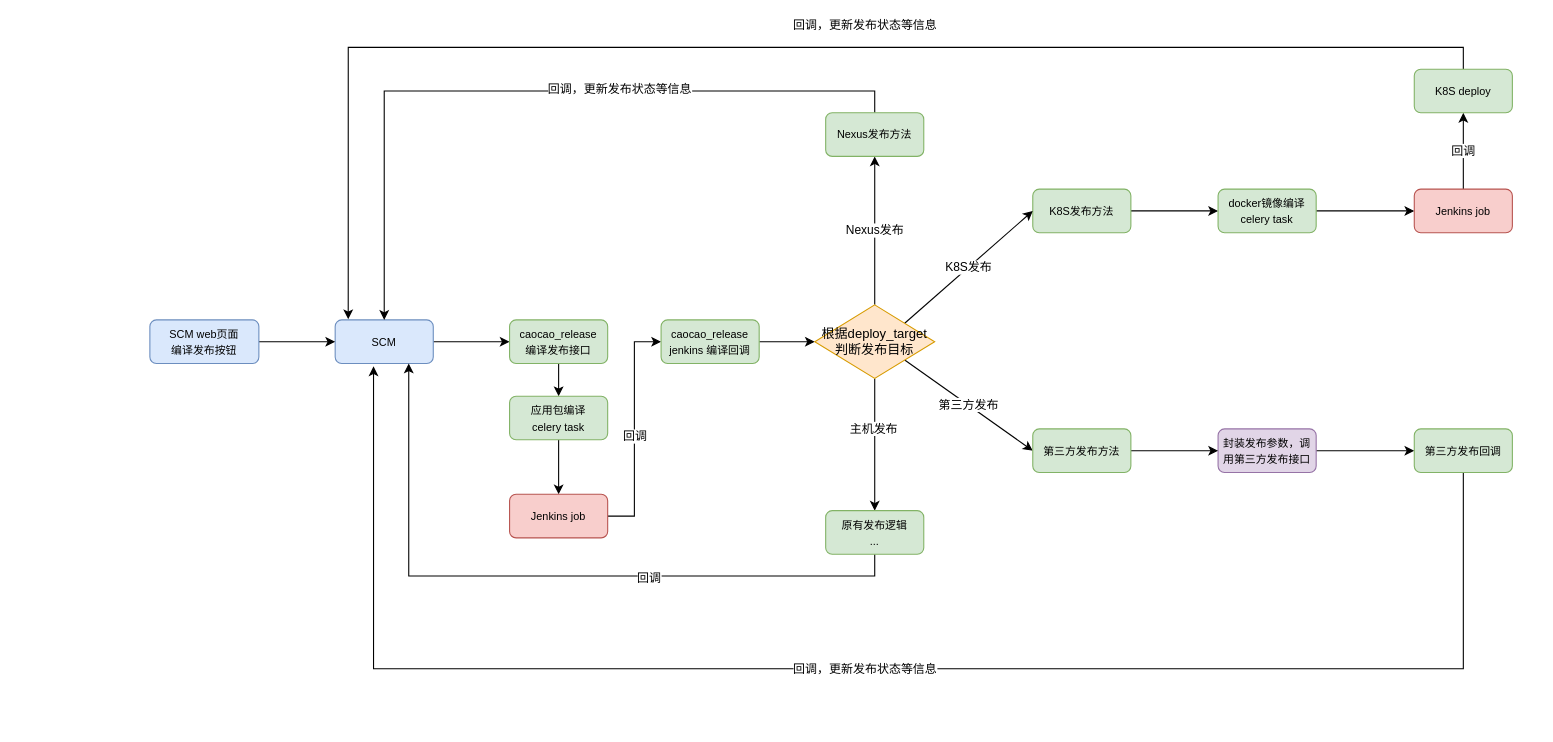
Before: 曹操/SCM多发布目标流程设计.drawio in Makecodeeasy/diagrams, a draw.io diagram. Source tidied: cells renumbered, new cells numbered last; positions are measured from the earlier drawing's top-left corner, leaving out a move shared by most shapes. Both pictures are drawn from the tidied source at 109%, with x=0, y=0 at pixel (149, 69).
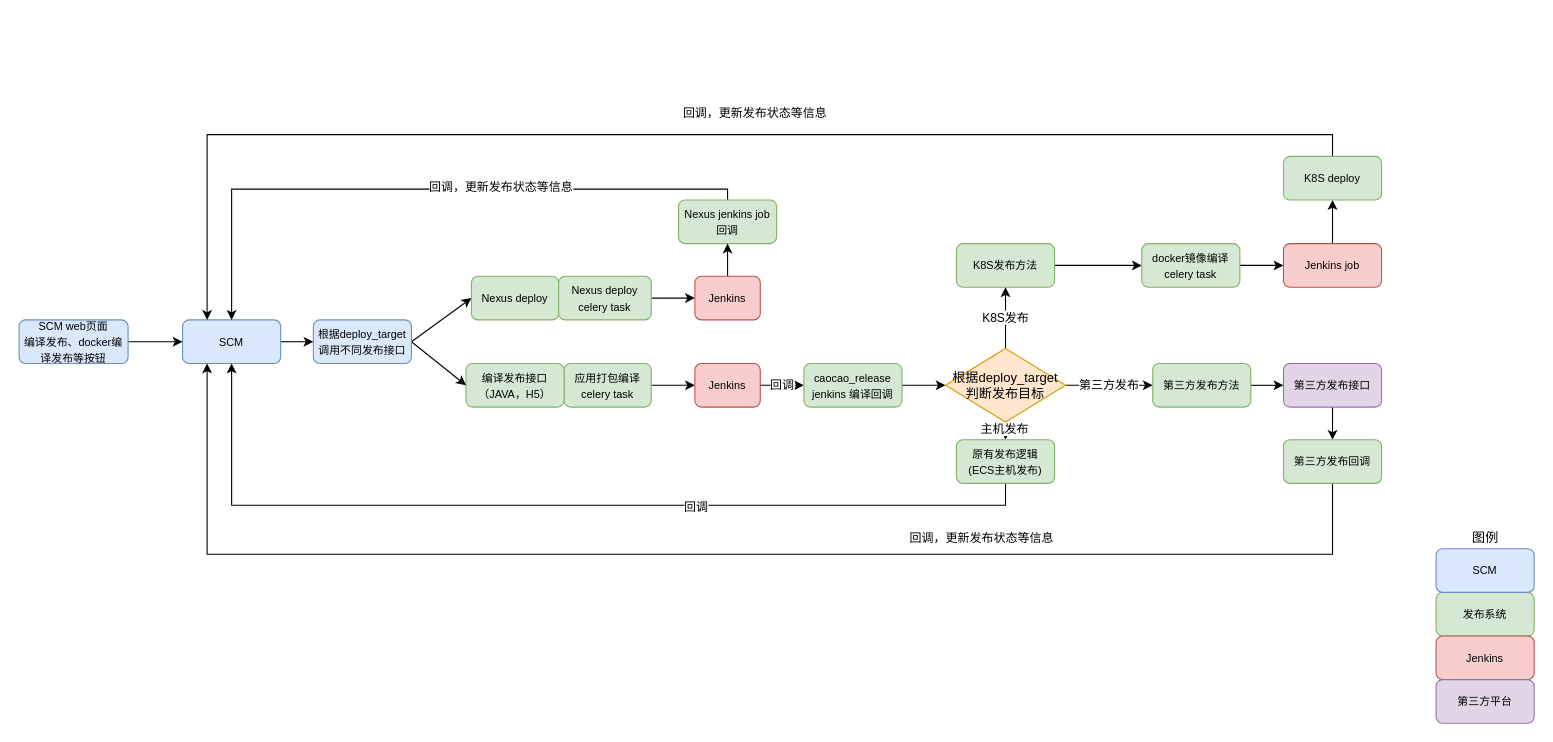
The same diagram, later.

Commit message:
Update SCM多发布目标流程设计.drawio

Diff of the diagram source:
```diff
@@
-    <mxCell id="2" style="edgeStyle=orthogonalEdgeStyle;rounded=0;jettySize=auto;html=1;exitX=1;exitY=0.5;exitDx=0;exitDy=0;entryX=0;entryY=0.5;entryDx=0;entryDy=0;" parent="1" edge="1" source="3">
-      <mxGeometry relative="1" as="geometry">
-        <mxPoint x="330" y="250" as="targetPoint" />
-      </mxGeometry>
-    </mxCell>
+    <mxCell id="41" style="edgeStyle=orthogonalEdgeStyle;rounded=0;jettySize=auto;html=1;exitX=1;exitY=0.5;exitDx=0;exitDy=0;entryX=0;entryY=0.5;entryDx=0;entryDy=0;" parent="1" edge="1" source="3" target="51">
+      <mxGeometry relative="1" as="geometry" />
+    </mxCell>
     <mxCell id="3" value="&lt;font style=&quot;font-size: 10px&quot;&gt;SCM&lt;br&gt;&lt;/font&gt;" style="rounded=1;whiteSpace=wrap;html=1;fillColor=#dae8fc;strokeColor=#6c8ebf;" parent="1" vertex="1">
-      <mxGeometry x="170" y="230" width="90" height="40" as="geometry" />
+      <mxGeometry x="30" y="230" width="90" height="40" as="geometry" />
     </mxCell>
-    <mxCell id="4" style="edgeStyle=orthogonalEdgeStyle;rounded=0;jettySize=auto;html=1;entryX=0.5;entryY=0;entryDx=0;entryDy=0;" parent="1" edge="1" target="8">
-      <mxGeometry relative="1" as="geometry">
-        <mxPoint x="375" y="270" as="sourcePoint" />
-      </mxGeometry>
-    </mxCell>
@@
     <mxCell id="6" value="&lt;span style=&quot;font-size: 10px&quot;&gt;K8S发布方法&lt;br&gt;&lt;/span&gt;" style="rounded=1;whiteSpace=wrap;html=1;fillColor=#d5e8d4;strokeColor=#82b366;" parent="1" vertex="1">
-      <mxGeometry x="810" y="110" width="90" height="40" as="geometry" />
+      <mxGeometry x="740" y="160" width="90" height="40" as="geometry" />
     </mxCell>
-    <mxCell id="7" style="edgeStyle=orthogonalEdgeStyle;rounded=0;jettySize=auto;html=1;exitX=0.5;exitY=1;exitDx=0;exitDy=0;entryX=0.5;entryY=0;entryDx=0;entryDy=0;" parent="1" edge="1" source="8" target="11">
+    <mxCell id="7" style="edgeStyle=none;rounded=0;jettySize=auto;html=1;exitX=1;exitY=0.5;exitDx=0;exitDy=0;entryX=0;entryY=0.5;entryDx=0;entryDy=0;" parent="1" edge="1" source="8" target="11">
       <mxGeometry relative="1" as="geometry" />
     </mxCell>
-    <mxCell id="8" value="&lt;span style=&quot;font-size: 10px&quot;&gt;应用包编译&lt;br&gt;celery task&lt;/span&gt;" style="rounded=1;whiteSpace=wrap;html=1;fillColor=#d5e8d4;strokeColor=#82b366;" parent="1" vertex="1">
-      <mxGeometry x="330" y="300" width="90" height="40" as="geometry" />
+    <mxCell id="8" value="&lt;span style=&quot;font-size: 10px&quot;&gt;应用打包编译&lt;br&gt;celery task&lt;/span&gt;" style="rounded=1;whiteSpace=wrap;html=1;fillColor=#d5e8d4;strokeColor=#82b366;" parent="1" vertex="1">
+      <mxGeometry x="380" y="270" width="80" height="40" as="geometry" />
     </mxCell>
-    <mxCell id="9" style="edgeStyle=orthogonalEdgeStyle;rounded=0;jettySize=auto;html=1;exitX=1;exitY=0.5;exitDx=0;exitDy=0;entryX=0;entryY=0.5;entryDx=0;entryDy=0;" parent="1" edge="1" source="11" target="14">
+    <mxCell id="9" value="回调" style="edgeStyle=none;rounded=0;jettySize=auto;html=1;exitX=1;exitY=0.5;exitDx=0;exitDy=0;entryX=0;entryY=0.5;entryDx=0;entryDy=0;" parent="1" edge="1" source="11" target="14">
       <mxGeometry relative="1" as="geometry" />
     </mxCell>
-    <mxCell id="10" value="回调" style="edgeLabel;html=1;align=center;verticalAlign=middle;" parent="9" vertex="1">
-      <mxGeometry x="-0.06" relative="1" as="geometry" />
-    </mxCell>
-    <mxCell id="11" value="&lt;span style=&quot;font-size: 10px&quot;&gt;Jenkins job&lt;br&gt;&lt;/span&gt;" style="rounded=1;whiteSpace=wrap;html=1;fillColor=#f8cecc;strokeColor=#b85450;" parent="1" vertex="1">
-      <mxGeometry x="330" y="390" width="90" height="40" as="geometry" />
+    <mxCell id="11" value="&lt;span style=&quot;font-size: 10px&quot;&gt;Jenkins&lt;br&gt;&lt;/span&gt;" style="rounded=1;whiteSpace=wrap;html=1;fillColor=#f8cecc;strokeColor=#b85450;" parent="1" vertex="1">
+      <mxGeometry x="500" y="270" width="60" height="40" as="geometry" />
     </mxCell>
-    <mxCell id="12" value="&lt;font style=&quot;font-size: 10px&quot;&gt;caocao_release&lt;br&gt;编译发布接口&lt;br&gt;&lt;/font&gt;" style="rounded=1;whiteSpace=wrap;html=1;fillColor=#d5e8d4;strokeColor=#82b366;" parent="1" vertex="1">
-      <mxGeometry x="330" y="230" width="90" height="40" as="geometry" />
+    <mxCell id="12" value="&lt;font style=&quot;font-size: 10px&quot;&gt;编译发布接口（JAVA，H5）&lt;br&gt;&lt;/font&gt;" style="rounded=1;whiteSpace=wrap;html=1;fillColor=#d5e8d4;strokeColor=#82b366;" parent="1" vertex="1">
+      <mxGeometry x="290" y="270" width="90" height="40" as="geometry" />
     </mxCell>
@@
     <mxCell id="14" value="&lt;font style=&quot;font-size: 10px&quot;&gt;caocao_release&lt;br&gt;jenkins 编译回调&lt;br&gt;&lt;/font&gt;" style="rounded=1;whiteSpace=wrap;html=1;fillColor=#d5e8d4;strokeColor=#82b366;" parent="1" vertex="1">
-      <mxGeometry x="469" y="230" width="90" height="40" as="geometry" />
+      <mxGeometry x="600" y="270" width="90" height="40" as="geometry" />
     </mxCell>
@@
-    <mxCell id="17" value="Nexus发布" style="edgeStyle=none;rounded=0;jettySize=auto;html=1;exitX=0.5;exitY=0;exitDx=0;exitDy=0;entryX=0.5;entryY=1;entryDx=0;entryDy=0;" parent="1" edge="1" source="20" target="32">
-      <mxGeometry relative="1" as="geometry" />
-    </mxCell>
-    <mxCell id="18" value="K8S发布" style="edgeStyle=none;rounded=0;jettySize=auto;html=1;exitX=1;exitY=0;exitDx=0;exitDy=0;entryX=0;entryY=0.5;entryDx=0;entryDy=0;" parent="1" edge="1" source="20" target="6">
+    <mxCell id="18" value="K8S发布" style="edgeStyle=none;rounded=0;jettySize=auto;html=1;exitX=0.5;exitY=0;exitDx=0;exitDy=0;entryX=0.5;entryY=1;entryDx=0;entryDy=0;" parent="1" edge="1" source="20" target="6">
       <mxGeometry relative="1" as="geometry" />
     </mxCell>
-    <mxCell id="19" value="第三方发布" style="edgeStyle=none;rounded=0;jettySize=auto;html=1;exitX=1;exitY=1;exitDx=0;exitDy=0;entryX=0;entryY=0.5;entryDx=0;entryDy=0;" parent="1" edge="1" source="20" target="29">
+    <mxCell id="19" value="第三方发布" style="edgeStyle=none;rounded=0;jettySize=auto;html=1;exitX=1;exitY=0.5;exitDx=0;exitDy=0;entryX=0;entryY=0.5;entryDx=0;entryDy=0;" parent="1" edge="1" source="20" target="29">
       <mxGeometry relative="1" as="geometry" />
     </mxCell>
+    <mxCell id="42" style="edgeStyle=none;rounded=0;jettySize=auto;html=1;exitX=1;exitY=1;exitDx=0;exitDy=0;" parent="1" edge="1" source="20">
+      <mxGeometry relative="1" as="geometry">
+        <mxPoint x="812.5" y="290" as="targetPoint" />
+      </mxGeometry>
+    </mxCell>
     <mxCell id="20" value="根据deploy_target&lt;br&gt;判断发布目标" style="rhombus;whiteSpace=wrap;html=1;fillColor=#ffe6cc;strokeColor=#d79b00;" parent="1" vertex="1">
-      <mxGeometry x="610" y="216.2" width="110" height="67.5" as="geometry" />
+      <mxGeometry x="730" y="256.2" width="110" height="67.5" as="geometry" />
     </mxCell>
-    <mxCell id="21" style="edgeStyle=orthogonalEdgeStyle;rounded=0;jettySize=auto;html=1;exitX=0.5;exitY=1;exitDx=0;exitDy=0;entryX=0.75;entryY=1;entryDx=0;entryDy=0;" parent="1" edge="1" source="23" target="3">
+    <mxCell id="21" style="edgeStyle=orthogonalEdgeStyle;rounded=0;jettySize=auto;html=1;exitX=0.5;exitY=1;exitDx=0;exitDy=0;entryX=0.5;entryY=1;entryDx=0;entryDy=0;" parent="1" edge="1" source="23" target="3">
       <mxGeometry relative="1" as="geometry" />
     </mxCell>
@@
-    <mxCell id="23" value="&lt;font style=&quot;font-size: 10px&quot;&gt;原有发布逻辑&lt;br&gt;...&lt;br&gt;&lt;/font&gt;" style="rounded=1;whiteSpace=wrap;html=1;fillColor=#d5e8d4;strokeColor=#82b366;" parent="1" vertex="1">
-      <mxGeometry x="620" y="405" width="90" height="40" as="geometry" />
+    <mxCell id="23" value="&lt;font style=&quot;font-size: 10px&quot;&gt;原有发布逻辑&lt;br&gt;(ECS主机发布)&lt;br&gt;&lt;/font&gt;" style="rounded=1;whiteSpace=wrap;html=1;fillColor=#d5e8d4;strokeColor=#82b366;" parent="1" vertex="1">
+      <mxGeometry x="740" y="340" width="90" height="40" as="geometry" />
     </mxCell>
-    <mxCell id="24" style="edgeStyle=none;rounded=0;jettySize=auto;html=1;exitX=1;exitY=0.5;exitDx=0;exitDy=0;entryX=0;entryY=0.5;entryDx=0;entryDy=0;" parent="1" edge="1" source="25" target="40">
+    <mxCell id="24" style="edgeStyle=none;rounded=0;jettySize=auto;html=1;exitX=0.5;exitY=1;exitDx=0;exitDy=0;entryX=0.5;entryY=0;entryDx=0;entryDy=0;" parent="1" edge="1" source="25" target="40">
       <mxGeometry relative="1" as="geometry" />
     </mxCell>
-    <mxCell id="25" value="&lt;span style=&quot;font-size: 10px&quot;&gt;封装发布参数，调用第三方发布接口&lt;/span&gt;" style="rounded=1;whiteSpace=wrap;html=1;fillColor=#e1d5e7;strokeColor=#9673a6;" parent="1" vertex="1">
-      <mxGeometry x="980" y="330" width="90" height="40" as="geometry" />
+    <mxCell id="25" value="&lt;span style=&quot;font-size: 10px&quot;&gt;第三方发布接口&lt;/span&gt;" style="rounded=1;whiteSpace=wrap;html=1;fillColor=#e1d5e7;strokeColor=#9673a6;" parent="1" vertex="1">
+      <mxGeometry x="1040" y="270" width="90" height="40" as="geometry" />
     </mxCell>
@@
-    <mxCell id="27" value="&lt;font style=&quot;font-size: 10px&quot;&gt;SCM web页面&lt;br&gt;编译发布按钮&lt;br&gt;&lt;/font&gt;" style="rounded=1;whiteSpace=wrap;html=1;fillColor=#dae8fc;strokeColor=#6c8ebf;" parent="1" vertex="1">
-      <mxGeometry y="230" width="100" height="40" as="geometry" />
+    <mxCell id="27" value="&lt;font style=&quot;font-size: 10px&quot;&gt;SCM web页面&lt;br&gt;编译发布、docker编译发布等按钮&lt;br&gt;&lt;/font&gt;" style="rounded=1;whiteSpace=wrap;html=1;fillColor=#dae8fc;strokeColor=#6c8ebf;" parent="1" vertex="1">
+      <mxGeometry x="-120" y="230" width="100" height="40" as="geometry" />
     </mxCell>
-    <mxCell id="28" style="edgeStyle=none;rounded=0;jettySize=auto;html=1;exitX=1;exitY=0.5;exitDx=0;exitDy=0;" parent="1" edge="1" source="29">
-      <mxGeometry relative="1" as="geometry">
-        <mxPoint x="980" y="350" as="targetPoint" />
-      </mxGeometry>
-    </mxCell>
+    <mxCell id="43" style="edgeStyle=none;rounded=0;jettySize=auto;html=1;exitX=1;exitY=0.5;exitDx=0;exitDy=0;entryX=0;entryY=0.5;entryDx=0;entryDy=0;" parent="1" edge="1" source="29" target="25">
+      <mxGeometry relative="1" as="geometry" />
+    </mxCell>
     <mxCell id="29" value="&lt;span style=&quot;font-size: 10px&quot;&gt;第三方发布方法&lt;br&gt;&lt;/span&gt;" style="rounded=1;whiteSpace=wrap;html=1;fillColor=#d5e8d4;strokeColor=#82b366;" parent="1" vertex="1">
-      <mxGeometry x="810" y="330" width="90" height="40" as="geometry" />
+      <mxGeometry x="920" y="270" width="90" height="40" as="geometry" />
     </mxCell>
     <mxCell id="30" style="edgeStyle=orthogonalEdgeStyle;rounded=0;jettySize=auto;html=1;exitX=0.5;exitY=0;exitDx=0;exitDy=0;entryX=0.5;entryY=0;entryDx=0;entryDy=0;" parent="1" edge="1" source="32" target="3">
-      <mxGeometry relative="1" as="geometry" />
+      <mxGeometry relative="1" as="geometry">
+        <Array as="points">
+          <mxPoint x="530" y="110" />
+          <mxPoint x="75" y="110" />
+        </Array>
+      </mxGeometry>
     </mxCell>
@@
-    <mxCell id="32" value="&lt;span style=&quot;font-size: 10px&quot;&gt;Nexus发布方法&lt;br&gt;&lt;/span&gt;" style="rounded=1;whiteSpace=wrap;html=1;fillColor=#d5e8d4;strokeColor=#82b366;" parent="1" vertex="1">
-      <mxGeometry x="620" y="40" width="90" height="40" as="geometry" />
+    <mxCell id="32" value="&lt;span style=&quot;font-size: 10px&quot;&gt;Nexus jenkins job回调&lt;br&gt;&lt;/span&gt;" style="rounded=1;whiteSpace=wrap;html=1;fillColor=#d5e8d4;strokeColor=#82b366;" parent="1" vertex="1">
+      <mxGeometry x="485" y="120" width="90" height="40" as="geometry" />
     </mxCell>
@@
     <mxCell id="34" value="&lt;span style=&quot;font-size: 10px&quot;&gt;docker镜像编译&lt;br&gt;celery task&lt;br&gt;&lt;/span&gt;" style="rounded=1;whiteSpace=wrap;html=1;fillColor=#d5e8d4;strokeColor=#82b366;" parent="1" vertex="1">
-      <mxGeometry x="980" y="110" width="90" height="40" as="geometry" />
+      <mxGeometry x="910" y="160" width="90" height="40" as="geometry" />
     </mxCell>
-    <mxCell id="35" value="回调" style="edgeStyle=none;rounded=0;jettySize=auto;html=1;exitX=0.5;exitY=0;exitDx=0;exitDy=0;" parent="1" edge="1" source="36">
-      <mxGeometry relative="1" as="geometry">
-        <mxPoint x="1205" y="40" as="targetPoint" />
-        <Array as="points">
-          <mxPoint x="1205" y="80" />
-        </Array>
-      </mxGeometry>
-    </mxCell>
+    <mxCell id="44" style="edgeStyle=none;rounded=0;jettySize=auto;html=1;exitX=0.5;exitY=0;exitDx=0;exitDy=0;entryX=0.5;entryY=1;entryDx=0;entryDy=0;" parent="1" edge="1" source="36" target="38">
+      <mxGeometry relative="1" as="geometry" />
+    </mxCell>
     <mxCell id="36" value="&lt;span style=&quot;font-size: 10px&quot;&gt;Jenkins job&lt;br&gt;&lt;/span&gt;" style="rounded=1;whiteSpace=wrap;html=1;fillColor=#f8cecc;strokeColor=#b85450;" parent="1" vertex="1">
-      <mxGeometry x="1160" y="110" width="90" height="40" as="geometry" />
+      <mxGeometry x="1040" y="160" width="90" height="40" as="geometry" />
     </mxCell>
-    <mxCell id="37" value="回调，更新发布状态等信息" style="edgeStyle=orthogonalEdgeStyle;rounded=0;jettySize=auto;html=1;exitX=0.5;exitY=0;exitDx=0;exitDy=0;entryX=0.133;entryY=-0.015;entryDx=0;entryDy=0;entryPerimeter=0;" parent="1" edge="1" source="38" target="3">
-      <mxGeometry x="-0.12" y="-20" relative="1" as="geometry" />
+    <mxCell id="37" value="回调，更新发布状态等信息" style="edgeStyle=orthogonalEdgeStyle;rounded=0;jettySize=auto;html=1;exitX=0.5;exitY=0;exitDx=0;exitDy=0;entryX=0.25;entryY=0;entryDx=0;entryDy=0;" parent="1" edge="1" source="38" target="3">
+      <mxGeometry x="-0.1" y="-20" relative="1" as="geometry">
+        <Array as="points">
+          <mxPoint x="1085" y="60" />
+          <mxPoint x="52" y="60" />
+        </Array>
+      </mxGeometry>
     </mxCell>
     <mxCell id="38" value="&lt;span style=&quot;font-size: 10px&quot;&gt;K8S deploy&lt;br&gt;&lt;/span&gt;" style="rounded=1;whiteSpace=wrap;html=1;fillColor=#d5e8d4;strokeColor=#82b366;" parent="1" vertex="1">
-      <mxGeometry x="1160" width="90" height="40" as="geometry" />
+      <mxGeometry x="1040" y="80" width="90" height="40" as="geometry" />
     </mxCell>
-    <mxCell id="39" value="回调，更新发布状态等信息" style="edgeStyle=orthogonalEdgeStyle;rounded=0;jettySize=auto;html=1;exitX=0.5;exitY=1;exitDx=0;exitDy=0;entryX=0.391;entryY=1.065;entryDx=0;entryDy=0;entryPerimeter=0;" parent="1" edge="1" source="40" target="3">
-      <mxGeometry relative="1" as="geometry">
+    <mxCell id="39" value="回调，更新发布状态等信息" style="edgeStyle=orthogonalEdgeStyle;rounded=0;jettySize=auto;html=1;exitX=0.5;exitY=1;exitDx=0;exitDy=0;entryX=0.25;entryY=1;entryDx=0;entryDy=0;" parent="1" edge="1" source="40" target="3">
+      <mxGeometry x="-0.39" y="-15" relative="1" as="geometry">
         <Array as="points">
-          <mxPoint x="1205" y="550" />
-          <mxPoint x="205" y="550" />
+          <mxPoint x="52" y="445" />
         </Array>
+        <mxPoint x="1" as="offset" />
       </mxGeometry>
     </mxCell>
     <mxCell id="40" value="&lt;span style=&quot;font-size: 10px&quot;&gt;第三方发布回调&lt;br&gt;&lt;/span&gt;" style="rounded=1;whiteSpace=wrap;html=1;fillColor=#d5e8d4;strokeColor=#82b366;" parent="1" vertex="1">
-      <mxGeometry x="1160" y="330" width="90" height="40" as="geometry" />
+      <mxGeometry x="1040" y="340" width="90" height="40" as="geometry" />
     </mxCell>
+    <mxCell id="45" value="&lt;span style=&quot;font-size: 10px&quot;&gt;发布系统&lt;br&gt;&lt;/span&gt;" style="rounded=1;whiteSpace=wrap;html=1;fillColor=#d5e8d4;strokeColor=#82b366;" parent="1" vertex="1">
+      <mxGeometry x="1180" y="480" width="90" height="40" as="geometry" />
+    </mxCell>
+    <mxCell id="46" value="&lt;font style=&quot;font-size: 10px&quot;&gt;SCM&lt;br&gt;&lt;/font&gt;" style="rounded=1;whiteSpace=wrap;html=1;fillColor=#dae8fc;strokeColor=#6c8ebf;" parent="1" vertex="1">
+      <mxGeometry x="1180" y="440" width="90" height="40" as="geometry" />
+    </mxCell>
+    <mxCell id="47" value="&lt;span style=&quot;font-size: 10px&quot;&gt;Jenkins&lt;br&gt;&lt;/span&gt;" style="rounded=1;whiteSpace=wrap;html=1;fillColor=#f8cecc;strokeColor=#b85450;" parent="1" vertex="1">
+      <mxGeometry x="1180" y="520" width="90" height="40" as="geometry" />
+    </mxCell>
+    <mxCell id="48" value="&lt;span style=&quot;font-size: 10px&quot;&gt;第三方平台&lt;/span&gt;" style="rounded=1;whiteSpace=wrap;html=1;fillColor=#e1d5e7;strokeColor=#9673a6;" parent="1" vertex="1">
+      <mxGeometry x="1180" y="560" width="90" height="40" as="geometry" />
+    </mxCell>
+    <mxCell id="49" style="edgeStyle=none;rounded=0;jettySize=auto;html=1;exitX=1;exitY=0.5;exitDx=0;exitDy=0;entryX=0;entryY=0.5;entryDx=0;entryDy=0;" parent="1" edge="1" source="51" target="52">
+      <mxGeometry relative="1" as="geometry" />
+    </mxCell>
+    <mxCell id="50" style="edgeStyle=none;rounded=0;jettySize=auto;html=1;exitX=1;exitY=0.5;exitDx=0;exitDy=0;entryX=0;entryY=0.5;entryDx=0;entryDy=0;" parent="1" edge="1" source="51" target="12">
+      <mxGeometry relative="1" as="geometry" />
+    </mxCell>
+    <mxCell id="51" value="&lt;font style=&quot;font-size: 10px&quot;&gt;根据deploy_target调用不同发布接口&lt;br&gt;&lt;/font&gt;" style="rounded=1;whiteSpace=wrap;html=1;fillColor=#dae8fc;strokeColor=#6c8ebf;" parent="1" vertex="1">
+      <mxGeometry x="150" y="230" width="90" height="40" as="geometry" />
+    </mxCell>
+    <mxCell id="52" value="&lt;font style=&quot;font-size: 10px&quot;&gt;Nexus deploy&lt;br&gt;&lt;/font&gt;" style="rounded=1;whiteSpace=wrap;html=1;fillColor=#d5e8d4;strokeColor=#82b366;" parent="1" vertex="1">
+      <mxGeometry x="295" y="190" width="80" height="40" as="geometry" />
+    </mxCell>
+    <mxCell id="53" style="edgeStyle=none;rounded=0;jettySize=auto;html=1;exitX=1;exitY=0.5;exitDx=0;exitDy=0;entryX=0;entryY=0.5;entryDx=0;entryDy=0;" parent="1" edge="1" source="54" target="57">
+      <mxGeometry relative="1" as="geometry" />
+    </mxCell>
+    <mxCell id="54" value="&lt;span style=&quot;font-size: 10px&quot;&gt;Nexus deploy&lt;br&gt;celery task&lt;/span&gt;" style="rounded=1;whiteSpace=wrap;html=1;fillColor=#d5e8d4;strokeColor=#82b366;" parent="1" vertex="1">
+      <mxGeometry x="375" y="190" width="85" height="40" as="geometry" />
+    </mxCell>
+    <mxCell id="55" style="edgeStyle=none;rounded=0;orthogonalLoop=1;jettySize=auto;html=1;exitX=0.5;exitY=0;exitDx=0;exitDy=0;" parent="1" edge="1" source="11" target="11">
+      <mxGeometry relative="1" as="geometry" />
+    </mxCell>
+    <mxCell id="56" style="edgeStyle=none;rounded=0;jettySize=auto;html=1;exitX=0.5;exitY=0;exitDx=0;exitDy=0;entryX=0.5;entryY=1;entryDx=0;entryDy=0;" parent="1" edge="1" source="57" target="32">
+      <mxGeometry relative="1" as="geometry" />
+    </mxCell>
+    <mxCell id="57" value="&lt;span style=&quot;font-size: 10px&quot;&gt;Jenkins&lt;br&gt;&lt;/span&gt;" style="rounded=1;whiteSpace=wrap;html=1;fillColor=#f8cecc;strokeColor=#b85450;" parent="1" vertex="1">
+      <mxGeometry x="500" y="190" width="60" height="40" as="geometry" />
+    </mxCell>
+    <mxCell id="58" value="图例" style="text;html=1;align=center;verticalAlign=middle;strokeColor=none;" parent="1" vertex="1">
+      <mxGeometry x="1205" y="420" width="40" height="20" as="geometry" />
+    </mxCell>
```
